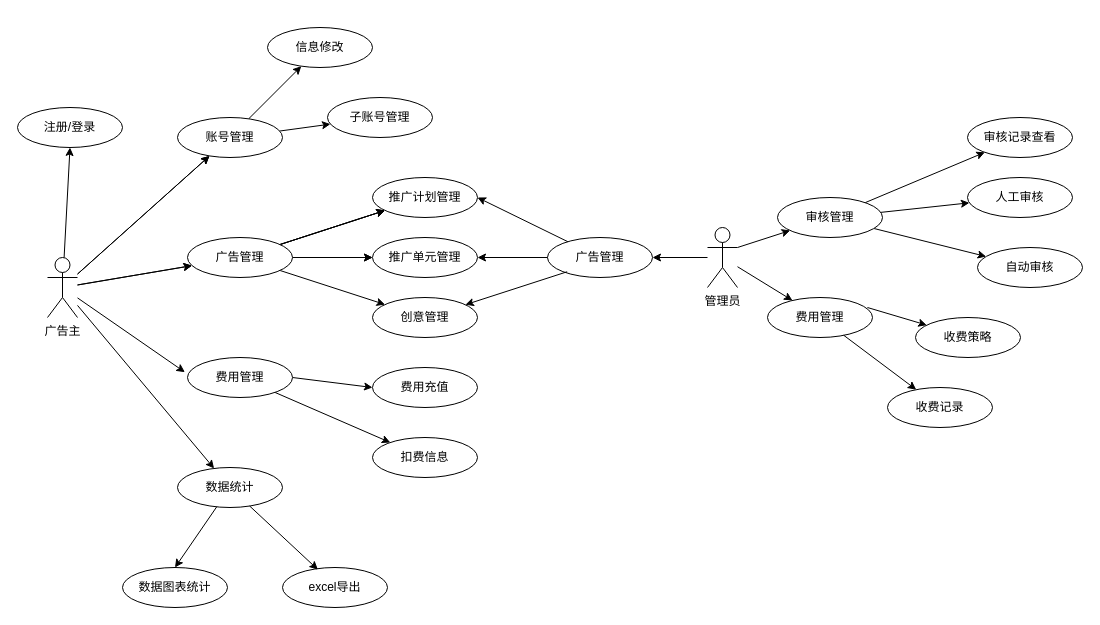
Earlier version of the draw.io diagram 广告主用例图.drawio (izayoiyurin/draw). Source tidied: cells renumbered, new cells numbered last; positions are measured from the earlier drawing's top-left corner, leaving out a move shared by most shapes. Both pictures are drawn from the tidied source at 100%, with x=0, y=0 at pixel (17, 27).
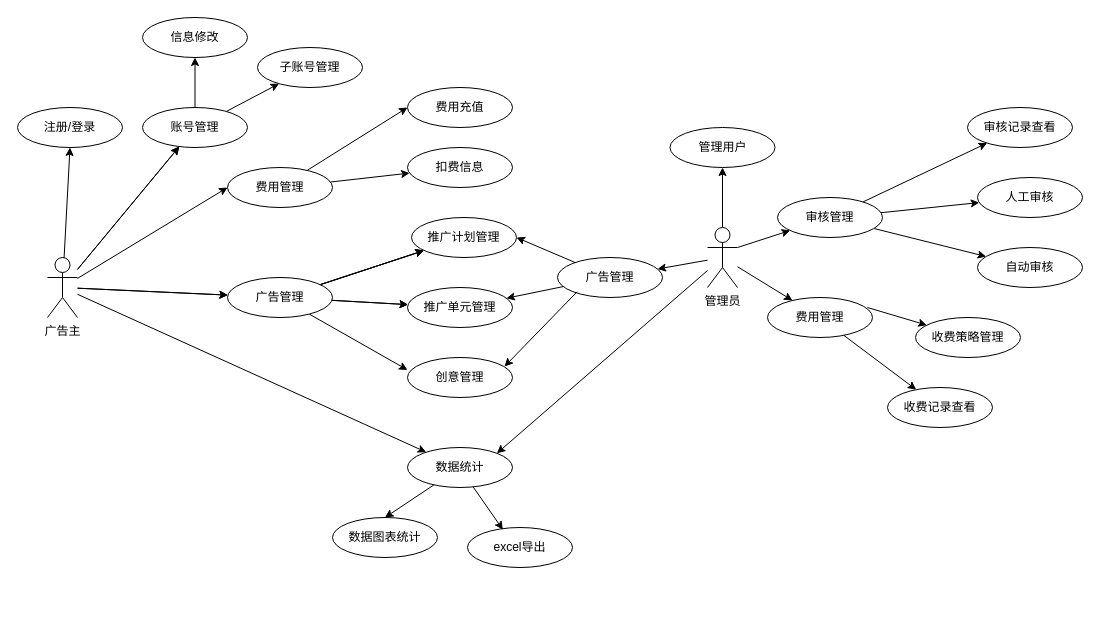
The same diagram, later.

Commit message:
更新广告主用例图.drawio

Unchanged cells that the change refers to:
```xml
<mxCell id="6" value="广告主" style="shape=umlActor;verticalLabelPosition=bottom;verticalAlign=top;html=1;" parent="1" vertex="1">
  <mxGeometry x="30" y="230" width="30" height="60" as="geometry" />
</mxCell>
<mxCell id="36" value="管理员" style="shape=umlActor;verticalLabelPosition=bottom;verticalAlign=top;html=1;" parent="1" vertex="1">
  <mxGeometry x="690" y="200" width="30" height="60" as="geometry" />
</mxCell>
```

Change to the diagram source:
```diff
@@
     <mxCell id="9" value="&lt;span&gt;账号管理&lt;/span&gt;" style="ellipse;whiteSpace=wrap;html=1;verticalAlign=middle;labelPosition=center;verticalLabelPosition=middle;align=center;" parent="1" vertex="1">
-      <mxGeometry x="160" y="90" width="105" height="40" as="geometry" />
+      <mxGeometry x="125" y="80" width="105" height="40" as="geometry" />
     </mxCell>
@@
-    <mxCell id="15" style="edgeStyle=none;rounded=0;jettySize=auto;html=1;" parent="1" edge="1" source="16" target="28">
+    <mxCell id="15" style="edgeStyle=none;rounded=0;jettySize=auto;html=1;entryX=0;entryY=0.311;entryDx=0;entryDy=0;entryPerimeter=0;" parent="1" edge="1" source="16" target="28">
       <mxGeometry relative="1" as="geometry" />
     </mxCell>
     <mxCell id="16" value="广告管理" style="ellipse;whiteSpace=wrap;html=1;verticalAlign=middle;" parent="1" vertex="1">
-      <mxGeometry x="170" y="210" width="105" height="40" as="geometry" />
+      <mxGeometry x="210" y="250" width="105" height="40" as="geometry" />
     </mxCell>
-    <mxCell id="17" style="edgeStyle=none;rounded=0;jettySize=auto;html=1;exitX=1;exitY=0.5;exitDx=0;exitDy=0;entryX=0;entryY=0.5;entryDx=0;entryDy=0;" parent="1" edge="1" source="19" target="30">
+    <mxCell id="17" style="edgeStyle=none;rounded=0;jettySize=auto;html=1;entryX=0;entryY=0.5;entryDx=0;entryDy=0;" parent="1" edge="1" source="19" target="30">
       <mxGeometry relative="1" as="geometry" />
     </mxCell>
@@
     <mxCell id="19" value="费用管理" style="ellipse;whiteSpace=wrap;html=1;verticalAlign=middle;" parent="1" vertex="1">
-      <mxGeometry x="170" y="330" width="105" height="40" as="geometry" />
+      <mxGeometry x="210" y="140" width="105" height="40" as="geometry" />
     </mxCell>
-    <mxCell id="20" style="endArrow=classic;html=1;rounded=0;entryX=-0.025;entryY=0.367;entryDx=0;entryDy=0;entryPerimeter=0;" parent="1" edge="1" source="6" target="19">
+    <mxCell id="20" style="endArrow=classic;html=1;rounded=0;entryX=0;entryY=0.5;entryDx=0;entryDy=0;" parent="1" edge="1" source="6" target="19">
       <mxGeometry relative="1" as="geometry" />
     </mxCell>
     <mxCell id="21" value="数据统计" style="ellipse;whiteSpace=wrap;html=1;verticalAlign=middle;" parent="1" vertex="1">
-      <mxGeometry x="160" y="440" width="105" height="40" as="geometry" />
+      <mxGeometry x="390" y="420" width="105" height="40" as="geometry" />
     </mxCell>
@@
     <mxCell id="23" value="信息修改" style="ellipse;whiteSpace=wrap;html=1;verticalAlign=middle;labelPosition=center;verticalLabelPosition=middle;align=center;" parent="1" vertex="1">
-      <mxGeometry x="250" width="105" height="40" as="geometry" />
+      <mxGeometry x="125" y="-10" width="105" height="40" as="geometry" />
     </mxCell>
     <mxCell id="24" value="子账号管理" style="ellipse;whiteSpace=wrap;html=1;verticalAlign=middle;labelPosition=center;verticalLabelPosition=middle;align=center;" parent="1" vertex="1">
-      <mxGeometry x="310" y="70" width="105" height="40" as="geometry" />
+      <mxGeometry x="240" y="20" width="105" height="40" as="geometry" />
     </mxCell>
@@
     <mxCell id="26" value="推广计划管理" style="ellipse;whiteSpace=wrap;html=1;verticalAlign=middle;" parent="1" vertex="1">
-      <mxGeometry x="355" y="150" width="105" height="40" as="geometry" />
+      <mxGeometry x="394" y="190" width="105" height="40" as="geometry" />
     </mxCell>
     <mxCell id="27" value="推广单元管理" style="ellipse;whiteSpace=wrap;html=1;verticalAlign=middle;" parent="1" vertex="1">
-      <mxGeometry x="355" y="210" width="105" height="40" as="geometry" />
+      <mxGeometry x="390" y="260" width="105" height="40" as="geometry" />
     </mxCell>
     <mxCell id="28" value="创意管理" style="ellipse;whiteSpace=wrap;html=1;verticalAlign=middle;" parent="1" vertex="1">
-      <mxGeometry x="355" y="270" width="105" height="40" as="geometry" />
+      <mxGeometry x="390" y="330" width="105" height="40" as="geometry" />
     </mxCell>
@@
     <mxCell id="30" value="费用充值" style="ellipse;whiteSpace=wrap;html=1;verticalAlign=middle;labelPosition=center;verticalLabelPosition=middle;align=center;" parent="1" vertex="1">
-      <mxGeometry x="355" y="340" width="105" height="40" as="geometry" />
+      <mxGeometry x="390" y="60" width="105" height="40" as="geometry" />
     </mxCell>
     <mxCell id="31" value="扣费信息" style="ellipse;whiteSpace=wrap;html=1;verticalAlign=middle;labelPosition=center;verticalLabelPosition=middle;align=center;" parent="1" vertex="1">
-      <mxGeometry x="355" y="410" width="105" height="40" as="geometry" />
+      <mxGeometry x="390" y="120" width="105" height="40" as="geometry" />
     </mxCell>
     <mxCell id="32" value="数据图表统计" style="ellipse;whiteSpace=wrap;html=1;verticalAlign=middle;labelPosition=center;verticalLabelPosition=middle;align=center;" parent="1" vertex="1">
-      <mxGeometry x="105" y="540" width="105" height="40" as="geometry" />
+      <mxGeometry x="315" y="490" width="105" height="40" as="geometry" />
     </mxCell>
     <mxCell id="33" value="excel导出" style="ellipse;whiteSpace=wrap;html=1;verticalAlign=middle;labelPosition=center;verticalLabelPosition=middle;align=center;" parent="1" vertex="1">
-      <mxGeometry x="265" y="540" width="105" height="40" as="geometry" />
+      <mxGeometry x="450" y="500" width="105" height="40" as="geometry" />
     </mxCell>
@@
+    <mxCell id="56" style="edgeStyle=none;rounded=0;jettySize=auto;html=1;" parent="1" edge="1" source="36" target="43">
+      <mxGeometry relative="1" as="geometry" />
+    </mxCell>
+    <mxCell id="57" style="edgeStyle=none;rounded=0;jettySize=auto;html=1;" parent="1" edge="1" source="36" target="58">
+      <mxGeometry relative="1" as="geometry" />
+    </mxCell>
@@
-    <mxCell id="38" value="收费策略" style="ellipse;whiteSpace=wrap;html=1;verticalAlign=middle;labelPosition=center;verticalLabelPosition=middle;align=center;" parent="1" vertex="1">
+    <mxCell id="38" value="收费策略管理" style="ellipse;whiteSpace=wrap;html=1;verticalAlign=middle;labelPosition=center;verticalLabelPosition=middle;align=center;" parent="1" vertex="1">
       <mxGeometry x="898" y="290" width="105" height="40" as="geometry" />
     </mxCell>
-    <mxCell id="39" value="收费记录" style="ellipse;whiteSpace=wrap;html=1;verticalAlign=middle;labelPosition=center;verticalLabelPosition=middle;align=center;" parent="1" vertex="1">
+    <mxCell id="39" value="收费记录查看" style="ellipse;whiteSpace=wrap;html=1;verticalAlign=middle;labelPosition=center;verticalLabelPosition=middle;align=center;" parent="1" vertex="1">
       <mxGeometry x="870" y="360" width="105" height="40" as="geometry" />
     </mxCell>
@@
     <mxCell id="43" value="广告管理" style="ellipse;whiteSpace=wrap;html=1;verticalAlign=middle;" parent="1" vertex="1">
-      <mxGeometry x="530" y="210" width="105" height="40" as="geometry" />
+      <mxGeometry x="540" y="230" width="105" height="40" as="geometry" />
     </mxCell>
@@
-    <mxCell id="46" style="endArrow=classic;html=1;rounded=0;exitX=0.187;exitY=0.857;exitDx=0;exitDy=0;exitPerimeter=0;" parent="1" edge="1" source="43" target="28">
+    <mxCell id="46" style="endArrow=classic;html=1;rounded=0;exitX=0.187;exitY=0.857;exitDx=0;exitDy=0;exitPerimeter=0;entryX=0.924;entryY=0.225;entryDx=0;entryDy=0;entryPerimeter=0;" parent="1" edge="1" source="43" target="28">
       <mxGeometry relative="1" as="geometry" />
     </mxCell>
-    <mxCell id="47" style="endArrow=classic;html=1;rounded=0;" parent="1" edge="1" source="36" target="43">
+    <mxCell id="47" style="endArrow=classic;html=1;rounded=0;entryX=1;entryY=0;entryDx=0;entryDy=0;" parent="1" edge="1" source="36" target="21">
       <mxGeometry relative="1" as="geometry" />
     </mxCell>
@@
     <mxCell id="53" value="审核记录查看" style="ellipse;whiteSpace=wrap;html=1;verticalAlign=middle;labelPosition=center;verticalLabelPosition=middle;align=center;" parent="1" vertex="1">
-      <mxGeometry x="950" y="90" width="105" height="40" as="geometry" />
+      <mxGeometry x="950" y="80" width="105" height="40" as="geometry" />
     </mxCell>
     <mxCell id="54" value="人工审核" style="ellipse;whiteSpace=wrap;html=1;verticalAlign=middle;labelPosition=center;verticalLabelPosition=middle;align=center;" parent="1" vertex="1">
-      <mxGeometry x="950" y="150" width="105" height="40" as="geometry" />
+      <mxGeometry x="960" y="150" width="105" height="40" as="geometry" />
     </mxCell>
@@
+    <mxCell id="58" value="管理用户" style="ellipse;whiteSpace=wrap;html=1;verticalAlign=middle;labelPosition=center;verticalLabelPosition=middle;align=center;" parent="1" vertex="1">
+      <mxGeometry x="652.5" y="100" width="105" height="40" as="geometry" />
+    </mxCell>
```
